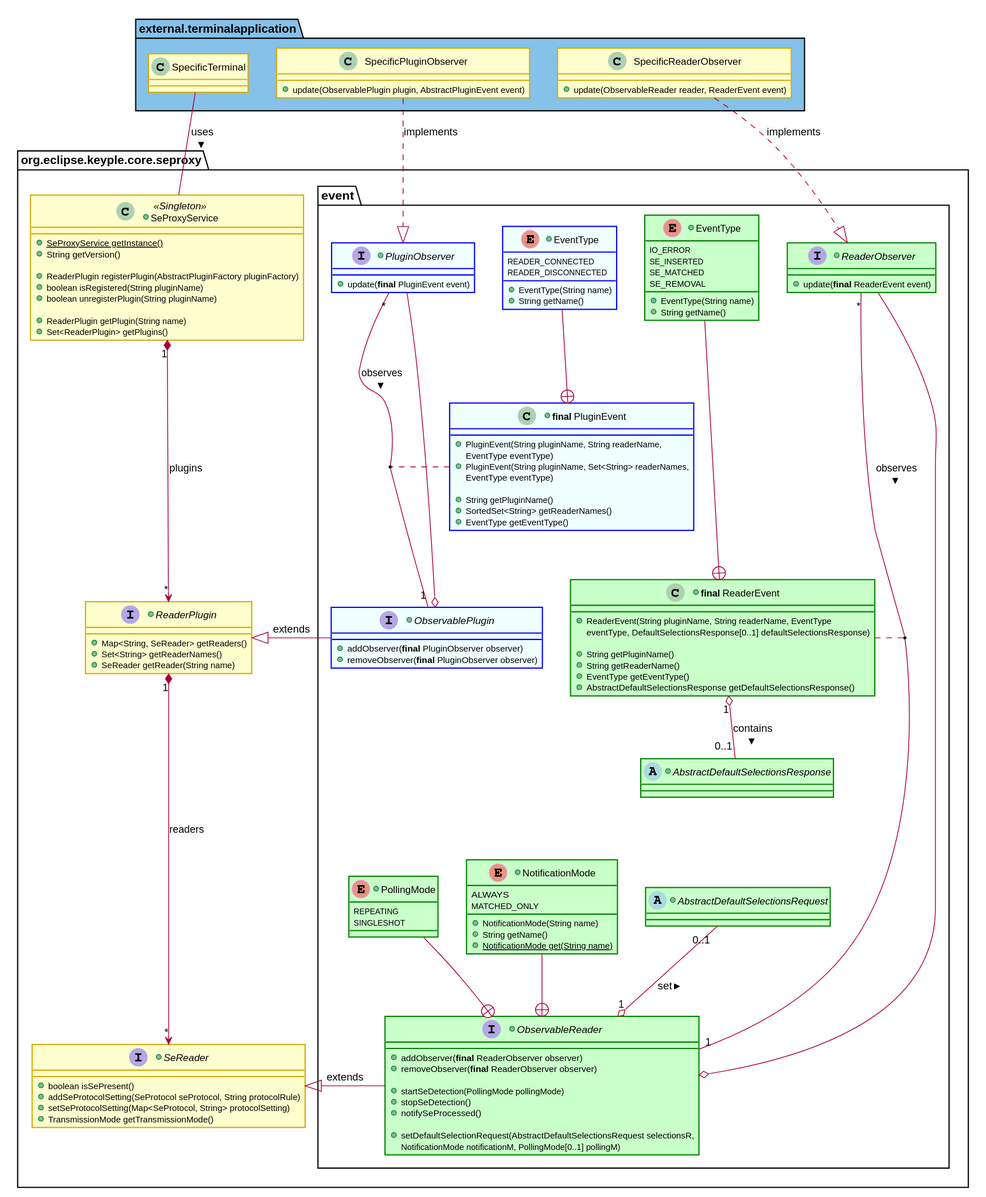
This is docs/KeypleCoreApi/ApplicationApi/img/KeypleCore_ApplicationApi_ClassDiag_SE_Proxy_ObservablePluginAndReaderEvents_0_9_0.svg from calypsonet/keyple, a PlantUML export, as it was before one commit.
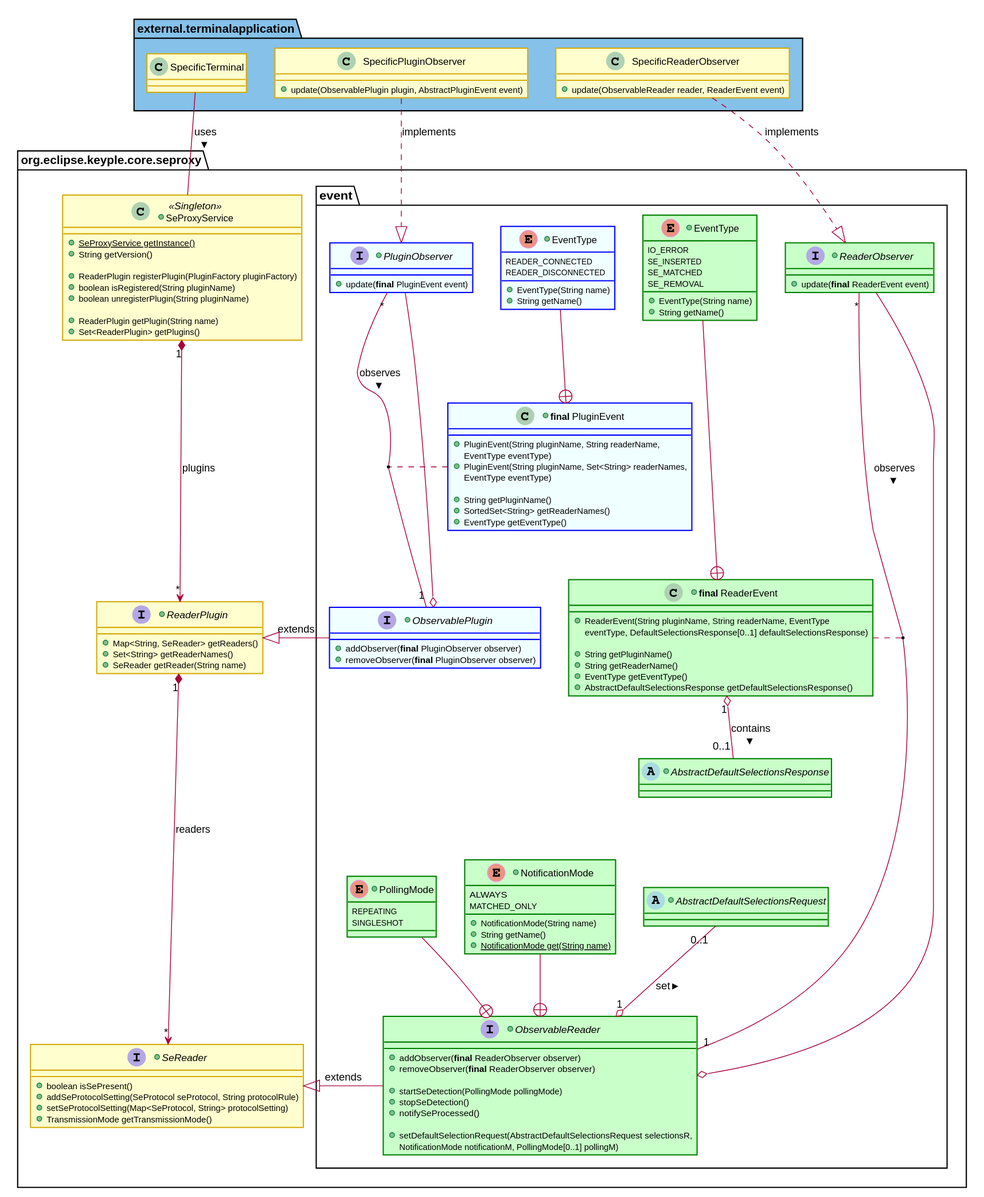
Above is the later version.

Diff of the diagram source:
```diff
@@ -5,6 +5,9 @@
 skinparam stereotypeCBorderColor #ADD1B2
 skinparam stereotypeEBorderColor #EB93DF
 skinparam shadowing false
+
+skinparam StateBorderColor #D4AC0D
+skinparam ActivityBorderColor #D4AC0D
 
 skinparam ClassBackgroundColor<<red>> #FDEDEC
 skinparam ClassBorderColor<<red>> #E74C3C
@@ -175,7 +178,7 @@
   +{static}SeProxyService getInstance()
   +String getVersion()
 
-  +ReaderPlugin registerPlugin(AbstractPluginFactory pluginFactory)
+  +ReaderPlugin registerPlugin(PluginFactory pluginFactory)
   +boolean isRegistered(String pluginName)
   +boolean unregisterPlugin(String pluginName)
 
```
